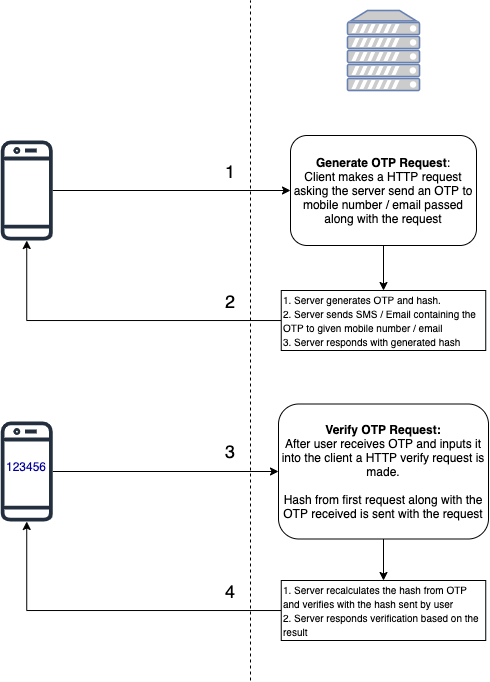
nogoodusername/simple-otp keeps this draw.io diagram as assets/Simple-OTP.png. Above is the earlier version. Source tidied: cells renumbered, new cells last; positions are measured from the earlier drawing's top-left corner, leaving out a move shared by most shapes.
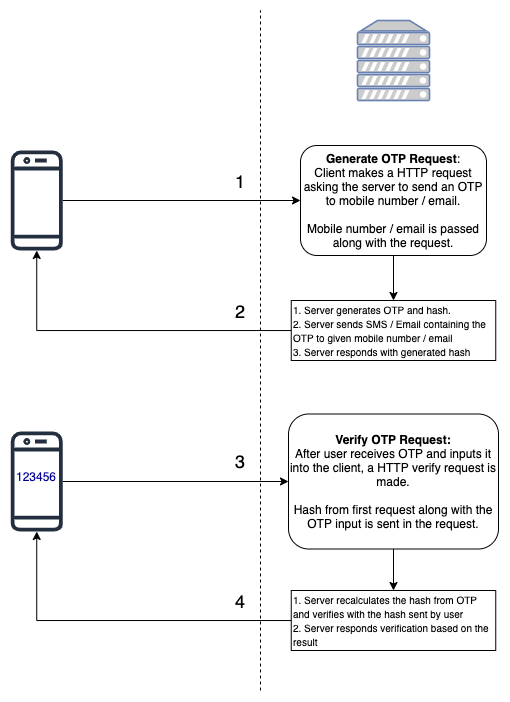
The same diagram one commit later.

Commit message:
Update communication in how-to image

Change to the diagram source:
```diff
@@ -11,7 +11,7 @@
     <mxCell id="4" style="edgeStyle=orthogonalEdgeStyle;rounded=0;jettySize=auto;html=1;exitX=0.5;exitY=1;exitDx=0;exitDy=0;entryX=0.5;entryY=0;entryDx=0;entryDy=0;" parent="1" edge="1" source="5" target="8">
       <mxGeometry relative="1" as="geometry" />
     </mxCell>
-    <mxCell id="5" value="&lt;b&gt;Generate OTP Request&lt;/b&gt;:&lt;br&gt;Client makes a HTTP request asking the server send an OTP to mobile number / email passed along with the request" style="rounded=1;whiteSpace=wrap;html=1;" parent="1" vertex="1">
+    <mxCell id="5" value="&lt;b&gt;Generate OTP Request&lt;/b&gt;:&lt;br&gt;Client makes a HTTP request asking the server to send an OTP to mobile number / email.&lt;br&gt;&lt;br&gt;Mobile number / email is passed along with the request." style="rounded=1;whiteSpace=wrap;html=1;" parent="1" vertex="1">
       <mxGeometry x="290" y="135" width="186" height="110" as="geometry" />
     </mxCell>
     <mxCell id="6" style="endArrow=classic;html=1;entryX=0;entryY=0.5;entryDx=0;entryDy=0;" parent="1" edge="1" source="2" target="5">
@@ -35,7 +35,7 @@
     <mxCell id="12" style="edgeStyle=orthogonalEdgeStyle;rounded=0;jettySize=auto;html=1;entryX=0.5;entryY=0;entryDx=0;entryDy=0;" parent="1" edge="1" source="13" target="15">
       <mxGeometry relative="1" as="geometry" />
     </mxCell>
-    <mxCell id="13" value="&lt;b&gt;Verify OTP Request:&lt;/b&gt;&lt;br&gt;After user receives OTP and inputs it into the client a HTTP verify request is made.&lt;br&gt;&lt;br&gt;Hash from first request along with the OTP received is sent with the request" style="rounded=1;whiteSpace=wrap;html=1;" parent="1" vertex="1">
+    <mxCell id="13" value="&lt;b&gt;Verify OTP Request:&lt;/b&gt;&lt;br&gt;After user receives OTP and inputs it into the client, a HTTP verify request is made.&lt;br&gt;&lt;br&gt;Hash from first request along with the OTP input is sent in the request." style="rounded=1;whiteSpace=wrap;html=1;" parent="1" vertex="1">
       <mxGeometry x="278" y="403.5" width="210" height="135" as="geometry" />
     </mxCell>
     <mxCell id="14" style="edgeStyle=orthogonalEdgeStyle;rounded=0;jettySize=auto;html=1;" parent="1" edge="1" source="15" target="10">
```
